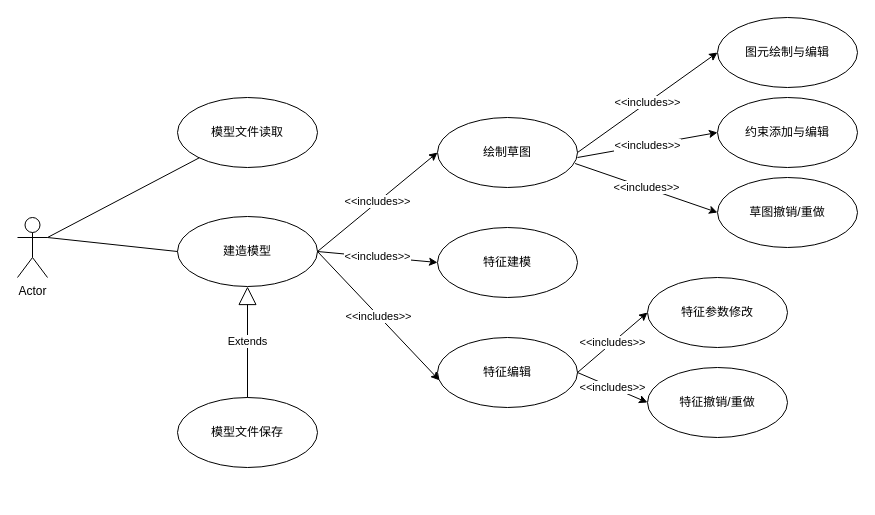
Above: 用例图.drawio in liuhuliuhu123/First-test (draw.io), before the change. Source tidied: cells renumbered, new cells numbered last; positions are measured from the earlier drawing's top-left corner, leaving out a move shared by most shapes. Both pictures are drawn from the tidied source at 100%, with x=0, y=0 at pixel (17, 17).
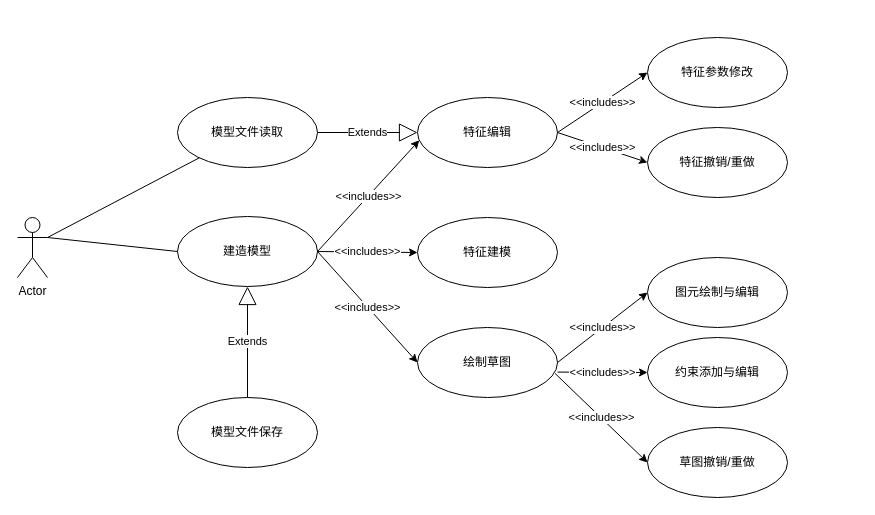
The same diagram, later.

Commit message (it also covers changes not shown here):
更新用例图.drawio

The change refers to these unchanged cells:
```xml
<mxCell id="7" value="模型文件读取" style="ellipse;whiteSpace=wrap;html=1;" parent="1" vertex="1">
  <mxGeometry x="160" y="80" width="140" height="70" as="geometry" />
</mxCell>
```

Change to the diagram source:
```diff
@@
     <mxCell id="4" value="绘制草图" style="ellipse;whiteSpace=wrap;html=1;" parent="1" vertex="1">
-      <mxGeometry x="420" y="100" width="140" height="70" as="geometry" />
+      <mxGeometry x="400" y="310" width="140" height="70" as="geometry" />
     </mxCell>
     <mxCell id="5" value="特征建模" style="ellipse;whiteSpace=wrap;html=1;" parent="1" vertex="1">
-      <mxGeometry x="420" y="210" width="140" height="70" as="geometry" />
+      <mxGeometry x="400" y="200" width="140" height="70" as="geometry" />
     </mxCell>
     <mxCell id="6" value="特征编辑" style="ellipse;whiteSpace=wrap;html=1;" parent="1" vertex="1">
-      <mxGeometry x="420" y="320" width="140" height="70" as="geometry" />
+      <mxGeometry x="400" y="80" width="140" height="70" as="geometry" />
     </mxCell>
@@
     <mxCell id="15" value="约束添加与编辑" style="ellipse;whiteSpace=wrap;html=1;" parent="1" vertex="1">
-      <mxGeometry x="700" y="80" width="140" height="70" as="geometry" />
+      <mxGeometry x="630" y="320" width="140" height="70" as="geometry" />
     </mxCell>
     <mxCell id="16" value="图元绘制与编辑" style="ellipse;whiteSpace=wrap;html=1;" parent="1" vertex="1">
-      <mxGeometry x="700" width="140" height="70" as="geometry" />
+      <mxGeometry x="630" y="240" width="140" height="70" as="geometry" />
     </mxCell>
     <mxCell id="17" value="草图撤销/重做" style="ellipse;whiteSpace=wrap;html=1;" parent="1" vertex="1">
-      <mxGeometry x="700" y="160" width="140" height="70" as="geometry" />
+      <mxGeometry x="630" y="410" width="140" height="70" as="geometry" />
     </mxCell>
-    <mxCell id="18" value="&amp;lt;&amp;lt;includes&amp;gt;&amp;gt;" style="endArrow=classic;html=1;rounded=0;entryX=0;entryY=0.5;entryDx=0;entryDy=0;" parent="1" edge="1" target="15">
-      <mxGeometry relative="1" as="geometry">
-        <mxPoint x="560" y="140" as="sourcePoint" />
-      </mxGeometry>
+    <mxCell id="18" value="&amp;lt;&amp;lt;includes&amp;gt;&amp;gt;" style="endArrow=classic;html=1;rounded=0;entryX=0;entryY=0.5;entryDx=0;entryDy=0;exitX=1;exitY=0.637;exitDx=0;exitDy=0;exitPerimeter=0;" parent="1" edge="1" source="4" target="15">
+      <mxGeometry relative="1" as="geometry" />
     </mxCell>
@@
     <mxCell id="21" value="特征参数修改" style="ellipse;whiteSpace=wrap;html=1;" parent="1" vertex="1">
-      <mxGeometry x="630" y="260" width="140" height="70" as="geometry" />
+      <mxGeometry x="630" y="20" width="140" height="70" as="geometry" />
     </mxCell>
     <mxCell id="22" value="特征撤销/重做" style="ellipse;whiteSpace=wrap;html=1;" parent="1" vertex="1">
-      <mxGeometry x="630" y="350" width="140" height="70" as="geometry" />
+      <mxGeometry x="630" y="110" width="140" height="70" as="geometry" />
     </mxCell>
@@
+    <mxCell id="25" value="Extends" style="endArrow=block;endSize=16;endFill=0;html=1;rounded=0;exitX=1;exitY=0.5;exitDx=0;exitDy=0;entryX=0;entryY=0.5;entryDx=0;entryDy=0;" parent="1" edge="1" source="7" target="6">
+      <mxGeometry relative="1" as="geometry" />
+    </mxCell>
```
